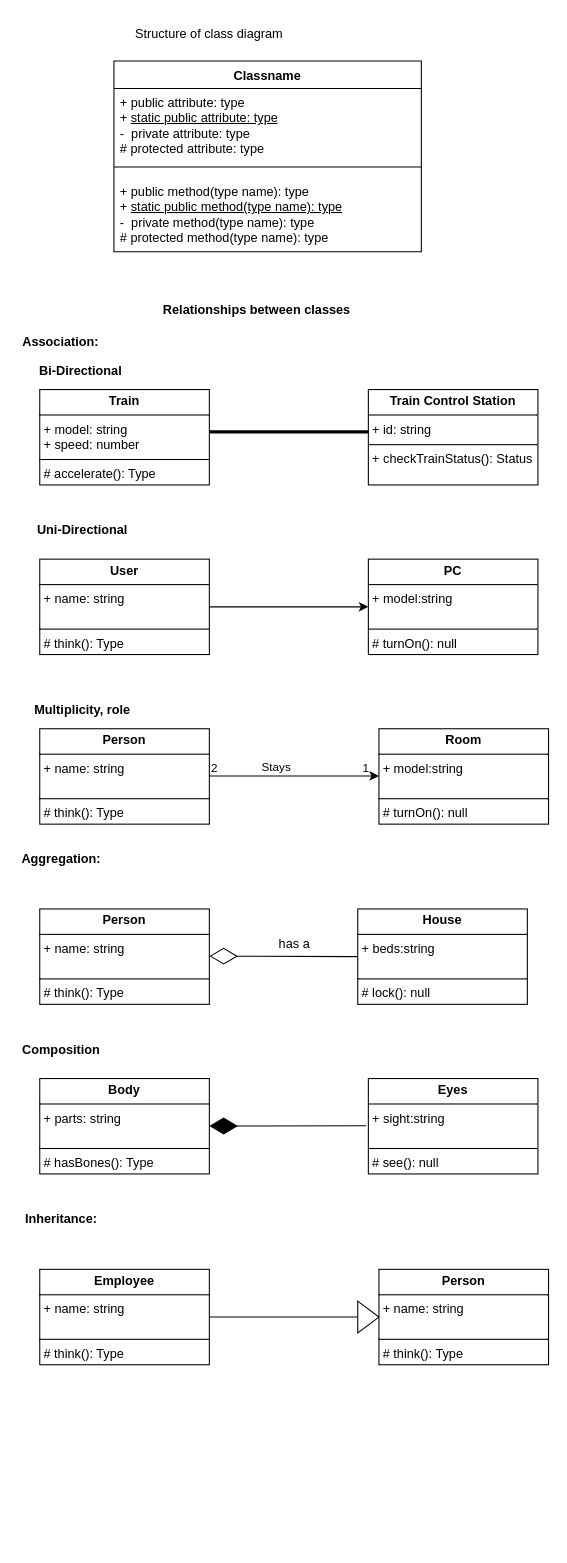
Above: _LLD/UMLDiagrams/Class_Diagrams/ClassDiagramBasics.drawio in saiteja75/interview_prep (draw.io), before the change. Source tidied: cells renumbered, new cells numbered last; positions are measured from the earlier drawing's top-left corner, leaving out a move shared by most shapes. Both pictures are drawn from the tidied source at 106%, with x=0, y=0 at pixel (18, 18).
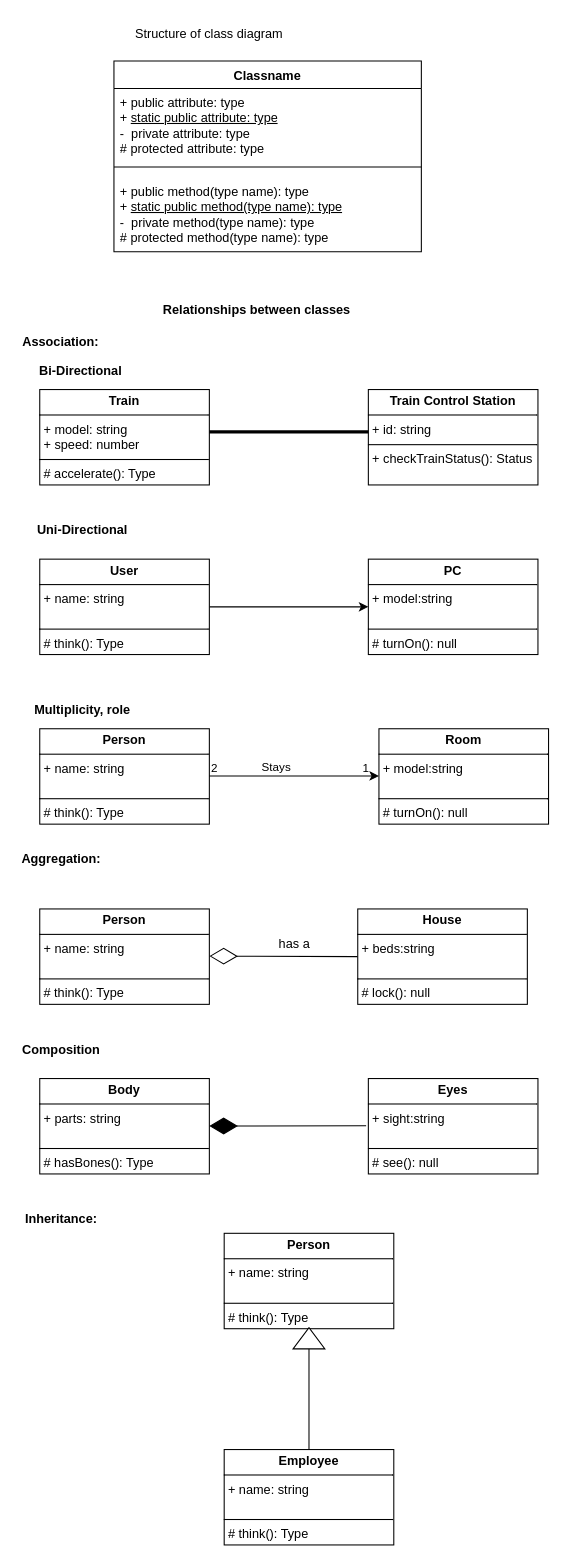
After the change.

What changed in the source:
```diff
@@
     <mxCell id="34" value="&lt;p style=&quot;margin:0px;margin-top:4px;text-align:center;&quot;&gt;&lt;b&gt;Person&lt;/b&gt;&lt;/p&gt;&lt;hr size=&quot;1&quot; style=&quot;border-style:solid;&quot;&gt;&lt;p style=&quot;margin:0px;margin-left:4px;&quot;&gt;+ name: string&lt;/p&gt;&lt;p style=&quot;margin:0px;margin-left:4px;&quot;&gt;&lt;br&gt;&lt;/p&gt;&lt;hr size=&quot;1&quot; style=&quot;border-style:solid;&quot;&gt;&lt;p style=&quot;margin:0px;margin-left:4px;&quot;&gt;# think(): Type&lt;/p&gt;" style="verticalAlign=top;align=left;overflow=fill;html=1;whiteSpace=wrap;" parent="1" vertex="1">
-      <mxGeometry x="340" y="1180" width="160" height="90" as="geometry" />
+      <mxGeometry x="194" y="1146" width="160" height="90" as="geometry" />
     </mxCell>
     <mxCell id="35" value="&lt;p style=&quot;margin:0px;margin-top:4px;text-align:center;&quot;&gt;&lt;b&gt;Employee&lt;/b&gt;&lt;/p&gt;&lt;hr size=&quot;1&quot; style=&quot;border-style:solid;&quot;&gt;&lt;p style=&quot;margin:0px;margin-left:4px;&quot;&gt;+ name: string&lt;/p&gt;&lt;p style=&quot;margin:0px;margin-left:4px;&quot;&gt;&lt;br&gt;&lt;/p&gt;&lt;hr size=&quot;1&quot; style=&quot;border-style:solid;&quot;&gt;&lt;p style=&quot;margin:0px;margin-left:4px;&quot;&gt;# think(): Type&lt;/p&gt;" style="verticalAlign=top;align=left;overflow=fill;html=1;whiteSpace=wrap;" parent="1" vertex="1">
-      <mxGeometry x="20" y="1180" width="160" height="90" as="geometry" />
+      <mxGeometry x="194" y="1350" width="160" height="90" as="geometry" />
     </mxCell>
-    <mxCell id="36" style="edgeStyle=orthogonalEdgeStyle;rounded=0;jettySize=auto;html=1;endArrow=none;endFill=0;" parent="1" edge="1" source="37">
-      <mxGeometry relative="1" as="geometry">
-        <mxPoint x="180" y="1225" as="targetPoint" />
-      </mxGeometry>
+    <mxCell id="36" style="edgeStyle=orthogonalEdgeStyle;rounded=0;jettySize=auto;html=1;endArrow=none;endFill=0;entryX=0.5;entryY=0;entryDx=0;entryDy=0;" parent="1" edge="1" source="37" target="35">
+      <mxGeometry relative="1" as="geometry" />
     </mxCell>
+    <mxCell id="38" style="edgeStyle=orthogonalEdgeStyle;rounded=0;jettySize=auto;html=1;endArrow=none;endFill=0;entryX=0.5;entryY=0;entryDx=0;entryDy=0;" parent="1" edge="1" target="37">
+      <mxGeometry relative="1" as="geometry">
+        <mxPoint x="274" y="1250" as="sourcePoint" />
+      </mxGeometry>
+    </mxCell>
-    <mxCell id="37" style="triangle;whiteSpace=wrap;html=1;" parent="1" vertex="1">
-      <mxGeometry x="320" y="1210" width="20" height="30" as="geometry" />
+    <mxCell id="37" style="triangle;whiteSpace=wrap;html=1;rotation=-90;" parent="1" vertex="1">
+      <mxGeometry x="264" y="1230" width="20" height="30" as="geometry" />
     </mxCell>
```
